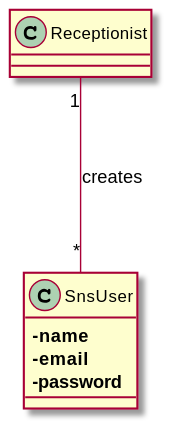
The PlantUML diagram docs/SprintB/US003/US003_MD.svg in Pirussa/lei-22-s2-1da-g02, before a commit.
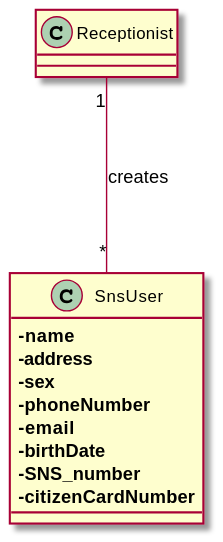
The same file after the commit.

What changed in the source:
```diff
@@ -4,8 +4,13 @@
 
 class SnsUser {
 ==-name
+==-address
+==-sex
+==-phoneNumber
 ==-email
-==-password
+==-birthDate
+==-SNS_number
+==-citizenCardNumber
 }
 
 Receptionist "1" --- "*" SnsUser: creates
```
